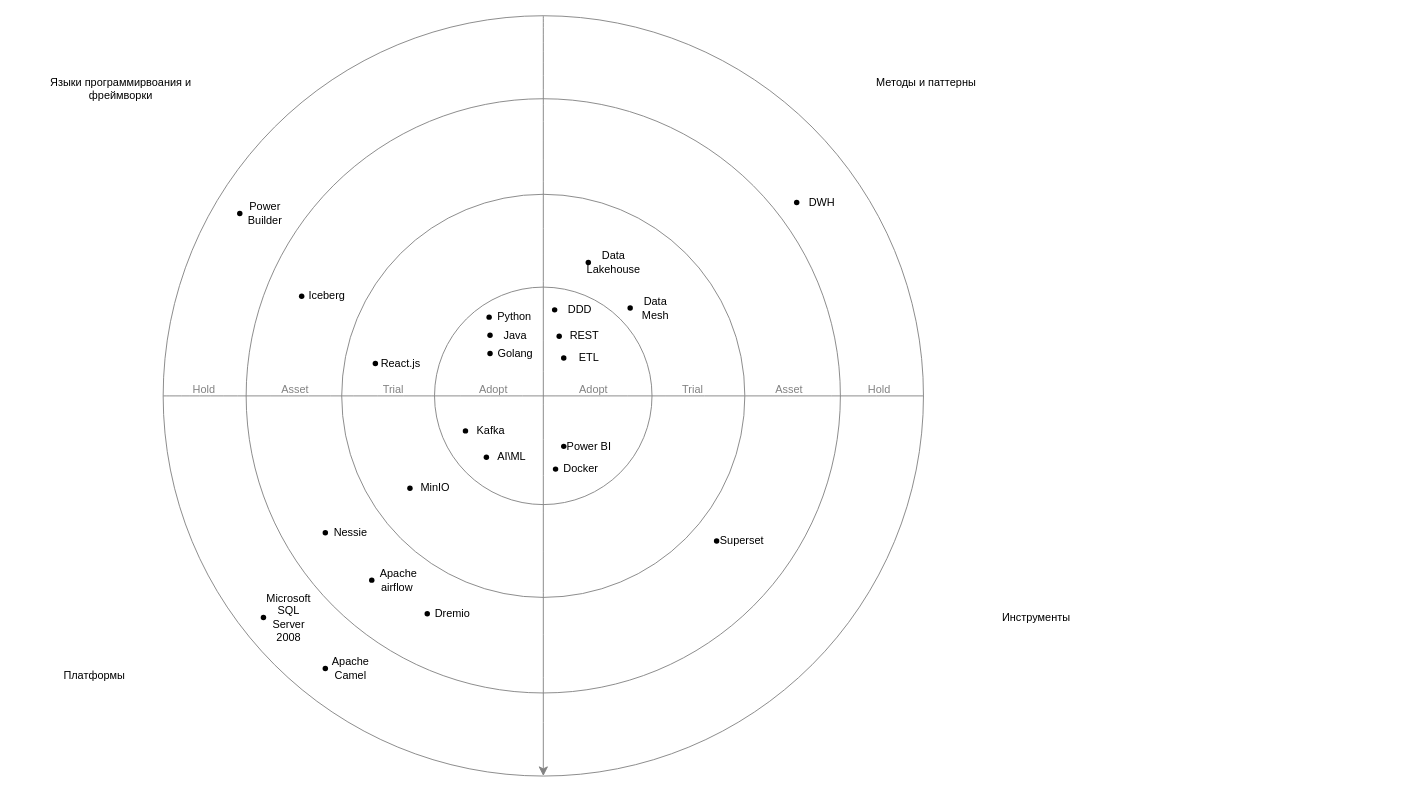
zemer/architecture-future_2_0 keeps this draw.io diagram as Task3/Технический радар.drawio. Above is the earlier version. Source tidied: cells renumbered, new cells numbered last; positions are measured from the earlier drawing's top-left corner, leaving out a move shared by most shapes. Both pictures are drawn from the tidied source at 91%, with x=0, y=0 at pixel (15, 15).
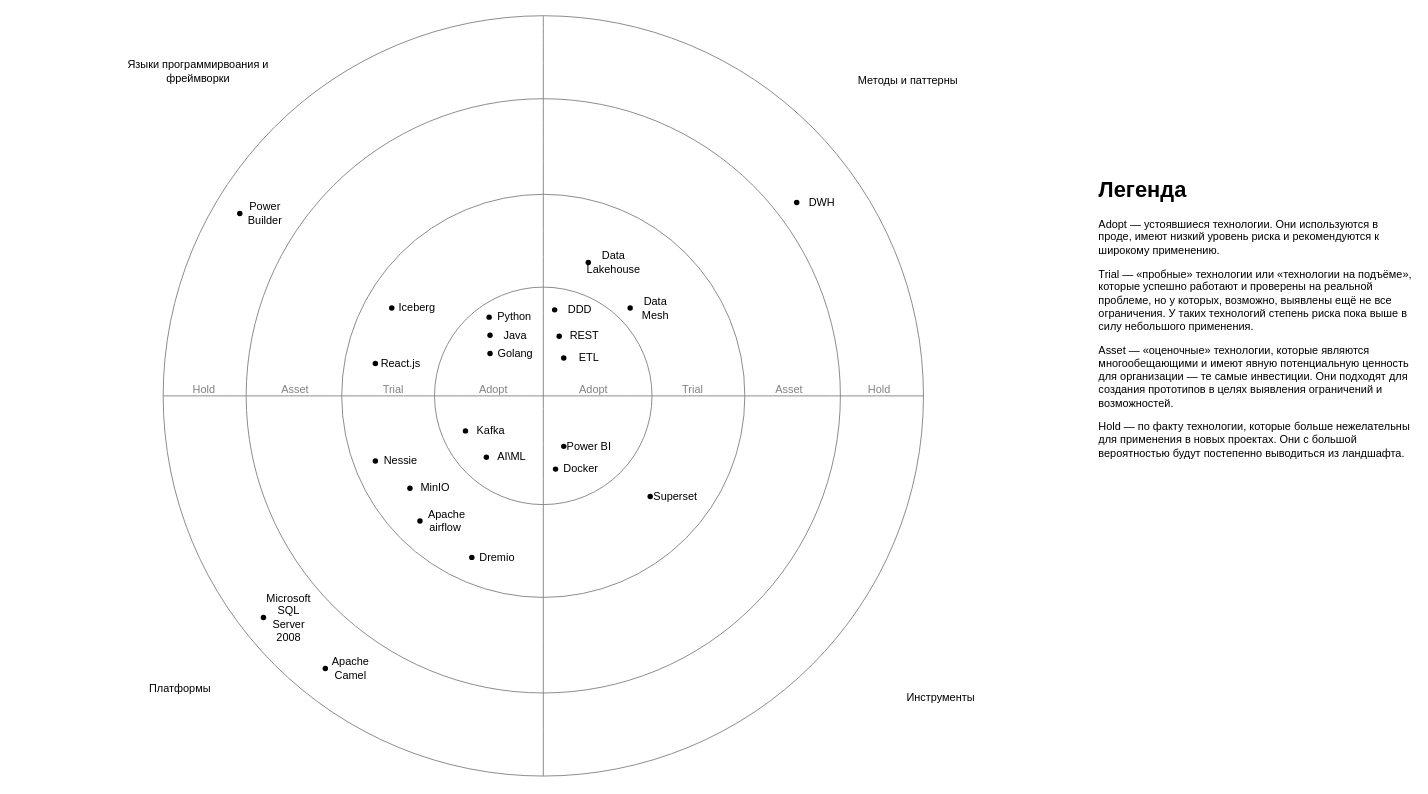
Above is the later version.

The change refers to these unchanged cells:
```xml
<mxCell id="2" style="ellipse;whiteSpace=wrap;html=1;strokeColor=#828282;" parent="1" vertex="1">
  <mxGeometry x="161.8" y="-0.2" width="835.5" height="835.5" as="geometry" />
</mxCell>
```

What changed in the source:
```diff
@@
-    <mxCell id="6" style="edgeStyle=none;curved=1;rounded=0;orthogonalLoop=1;jettySize=auto;html=1;exitX=0.5;exitY=0;exitDx=0;exitDy=0;entryX=0.5;entryY=1;entryDx=0;entryDy=0;fontSize=12;startSize=8;endSize=8;strokeColor=#828282;" parent="1" edge="1" source="2" target="2">
+    <mxCell id="6" style="edgeStyle=none;curved=1;rounded=0;orthogonalLoop=1;jettySize=auto;html=1;exitX=0.5;exitY=0;exitDx=0;exitDy=0;entryX=0.5;entryY=1;entryDx=0;entryDy=0;fontSize=12;startSize=8;endSize=8;strokeColor=#828282;endArrow=none;startFill=0;" parent="1" edge="1" source="2" target="2">
       <mxGeometry relative="1" as="geometry" />
     </mxCell>
@@
     <mxCell id="8" value="Языки программирвоания и фреймворки" style="text;html=1;align=center;verticalAlign=middle;whiteSpace=wrap;rounded=0;" parent="1" vertex="1">
-      <mxGeometry x="29" y="26" width="173" height="107" as="geometry" />
+      <mxGeometry x="114" y="7" width="173" height="107" as="geometry" />
     </mxCell>
     <mxCell id="9" value="Методы и паттерны" style="text;html=1;align=center;verticalAlign=middle;whiteSpace=wrap;rounded=0;" parent="1" vertex="1">
-      <mxGeometry x="914" y="20" width="173" height="107" as="geometry" />
+      <mxGeometry x="894" y="17" width="173" height="107" as="geometry" />
     </mxCell>
     <mxCell id="10" value="Инструменты" style="text;html=1;align=center;verticalAlign=middle;whiteSpace=wrap;rounded=0;" parent="1" vertex="1">
-      <mxGeometry x="1035" y="607" width="173" height="107" as="geometry" />
+      <mxGeometry x="930" y="695" width="173" height="107" as="geometry" />
     </mxCell>
     <mxCell id="11" value="Платформы" style="text;html=1;align=center;verticalAlign=middle;whiteSpace=wrap;rounded=0;" parent="1" vertex="1">
-      <mxGeometry y="671" width="173" height="107" as="geometry" />
+      <mxGeometry x="94" y="685" width="173" height="107" as="geometry" />
     </mxCell>
@@
     <mxCell id="53" style="group;" parent="1" vertex="1">
-      <mxGeometry x="760" y="562" width="68" height="30" as="geometry" />
+      <mxGeometry x="687" y="513" width="68" height="30" as="geometry" />
     </mxCell>
@@
     <mxCell id="59" style="group;" parent="1" vertex="1">
-      <mxGeometry x="304" y="293" width="68" height="30" as="geometry" />
+      <mxGeometry x="403" y="306" width="68" height="30" as="geometry" />
     </mxCell>
@@
     <mxCell id="62" style="group;" parent="1" vertex="1">
-      <mxGeometry x="381" y="605" width="68" height="30" as="geometry" />
+      <mxGeometry x="434" y="540" width="68" height="30" as="geometry" />
     </mxCell>
@@
     <mxCell id="65" style="group;" parent="1" vertex="1">
-      <mxGeometry x="442" y="642" width="68" height="30" as="geometry" />
+      <mxGeometry x="491" y="580" width="68" height="30" as="geometry" />
     </mxCell>
@@
     <mxCell id="74" style="group;" parent="1" vertex="1">
-      <mxGeometry x="330" y="553" width="68" height="30" as="geometry" />
+      <mxGeometry x="385" y="474" width="68" height="30" as="geometry" />
     </mxCell>
@@
+    <mxCell id="89" value="&lt;h1 style=&quot;margin-top: 0px;&quot;&gt;Легенда&lt;/h1&gt;&lt;p&gt;Adopt — устоявшиеся технологии. Они используются в проде, имеют низкий уровень риска и рекомендуются к широкому применению.&lt;/p&gt;&lt;p&gt;Trial — «пробные» технологии или «технологии на подъёме», которые успешно работают и проверены на реальной проблеме, но у которых, возможно, выявлены ещё не все ограничения. У таких технологий степень риска пока выше в силу небольшого применения.&lt;/p&gt;&lt;p&gt;Asset — «оценочные» технологии, которые являются многообещающими и имеют явную потенциальную ценность для организации — те самые инвестиции. Они подходят для создания прототипов в целях выявления ограничений и возможностей.&lt;/p&gt;&lt;p&gt;Hold — по факту технологии, которые больше нежелательны для применения в новых проектах. Они с большой вероятностью будут постепенно выводиться из ландшафта.&lt;/p&gt;" style="text;html=1;whiteSpace=wrap;overflow=hidden;rounded=0;" parent="1" vertex="1">
+      <mxGeometry x="1188" y="170" width="347" height="502" as="geometry" />
+    </mxCell>
```
